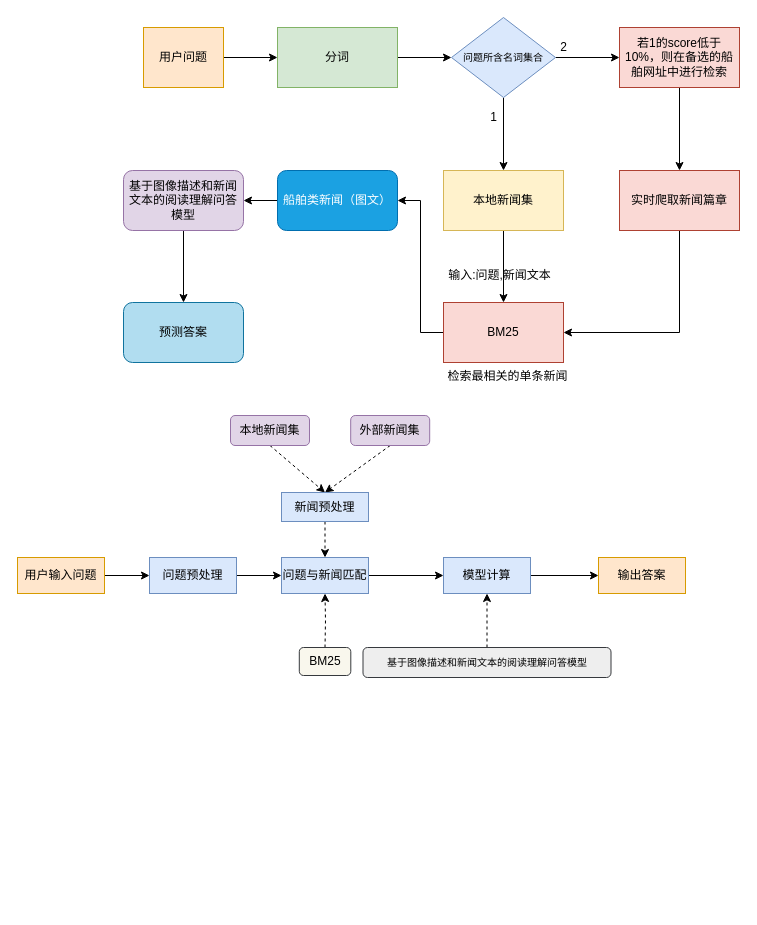
Above: mrc module.drawio in zhongjiaguo/angular-ivy-pvt3hm (draw.io), before the change. Source tidied: cells renumbered, new cells numbered last; positions are measured from the earlier drawing's top-left corner, leaving out a move shared by most shapes. Both pictures are drawn from the tidied source at 100%, with x=0, y=0 at pixel (17, 17).
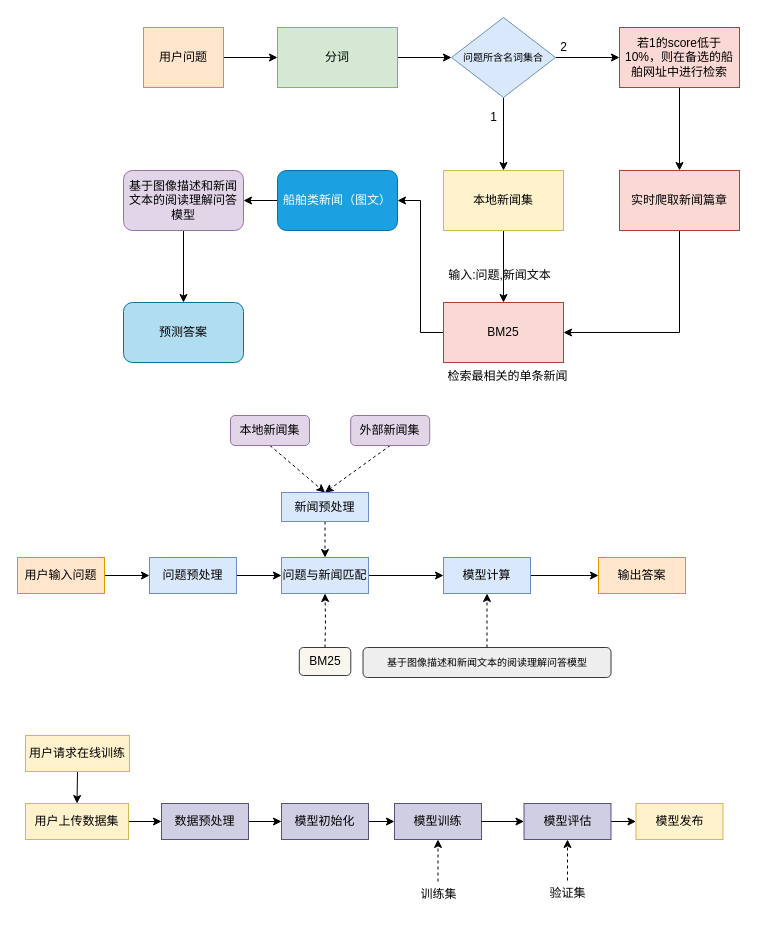
Above is the later version.

Diff of the diagram source:
```diff
@@
+    <mxCell id="45" style="edgeStyle=orthogonalEdgeStyle;rounded=0;jettySize=auto;html=1;exitX=1;exitY=0.5;exitDx=0;exitDy=0;entryX=0;entryY=0.5;entryDx=0;entryDy=0;" parent="1" edge="1" source="46" target="48">
+      <mxGeometry relative="1" as="geometry" />
+    </mxCell>
+    <mxCell id="46" value="用户上传数据集" style="rounded=0;whiteSpace=wrap;html=1;fillColor=#fff2cc;strokeColor=#d6b656;" parent="1" vertex="1">
+      <mxGeometry x="8" y="786" width="103" height="36" as="geometry" />
+    </mxCell>
+    <mxCell id="47" style="edgeStyle=orthogonalEdgeStyle;rounded=0;jettySize=auto;html=1;exitX=1;exitY=0.5;exitDx=0;exitDy=0;entryX=0;entryY=0.5;entryDx=0;entryDy=0;" parent="1" edge="1" source="48" target="50">
+      <mxGeometry relative="1" as="geometry" />
+    </mxCell>
+    <mxCell id="48" value="数据预处理" style="rounded=0;whiteSpace=wrap;html=1;fillColor=#d0cee2;strokeColor=#56517e;" parent="1" vertex="1">
+      <mxGeometry x="144" y="786" width="87" height="36" as="geometry" />
+    </mxCell>
+    <mxCell id="49" style="edgeStyle=orthogonalEdgeStyle;rounded=0;jettySize=auto;html=1;exitX=1;exitY=0.5;exitDx=0;exitDy=0;entryX=0;entryY=0.5;entryDx=0;entryDy=0;" parent="1" edge="1" source="50" target="52">
+      <mxGeometry relative="1" as="geometry" />
+    </mxCell>
+    <mxCell id="50" value="模型初始化" style="rounded=0;whiteSpace=wrap;html=1;fillColor=#d0cee2;strokeColor=#56517e;" parent="1" vertex="1">
+      <mxGeometry x="264" y="786" width="87" height="36" as="geometry" />
+    </mxCell>
+    <mxCell id="51" style="edgeStyle=orthogonalEdgeStyle;rounded=0;jettySize=auto;html=1;exitX=1;exitY=0.5;exitDx=0;exitDy=0;entryX=0;entryY=0.5;entryDx=0;entryDy=0;" parent="1" edge="1" source="55">
+      <mxGeometry relative="1" as="geometry">
+        <mxPoint x="576" y="804" as="targetPoint" />
+      </mxGeometry>
+    </mxCell>
+    <mxCell id="52" value="模型训练" style="rounded=0;whiteSpace=wrap;html=1;fillColor=#d0cee2;strokeColor=#56517e;" parent="1" vertex="1">
+      <mxGeometry x="377" y="786" width="87" height="36" as="geometry" />
+    </mxCell>
+    <mxCell id="53" style="edgeStyle=orthogonalEdgeStyle;rounded=0;jettySize=auto;html=1;exitX=1;exitY=0.5;exitDx=0;exitDy=0;entryX=0;entryY=0.5;entryDx=0;entryDy=0;" parent="1" edge="1" source="52" target="55">
+      <mxGeometry relative="1" as="geometry" />
+    </mxCell>
+    <mxCell id="54" style="edgeStyle=orthogonalEdgeStyle;rounded=0;jettySize=auto;html=1;exitX=1;exitY=0.5;exitDx=0;exitDy=0;entryX=0;entryY=0.5;entryDx=0;entryDy=0;" parent="1" edge="1" source="55" target="60">
+      <mxGeometry relative="1" as="geometry" />
+    </mxCell>
+    <mxCell id="55" value="模型评估" style="rounded=0;whiteSpace=wrap;html=1;fillColor=#d0cee2;strokeColor=#56517e;" parent="1" vertex="1">
+      <mxGeometry x="506.5" y="786" width="87" height="36" as="geometry" />
+    </mxCell>
+    <mxCell id="56" style="edgeStyle=orthogonalEdgeStyle;rounded=0;jettySize=auto;html=1;entryX=0.5;entryY=1;entryDx=0;entryDy=0;dashed=1;" parent="1" edge="1" source="57" target="52">
+      <mxGeometry relative="1" as="geometry" />
+    </mxCell>
+    <mxCell id="57" value="训练集" style="text;html=1;align=center;verticalAlign=middle;points=[];strokeColor=none;fillColor=none;" parent="1" vertex="1">
+      <mxGeometry x="393.5" y="864" width="54" height="26" as="geometry" />
+    </mxCell>
+    <mxCell id="58" style="edgeStyle=orthogonalEdgeStyle;rounded=0;jettySize=auto;html=1;entryX=0.5;entryY=1;entryDx=0;entryDy=0;dashed=1;" parent="1" edge="1" source="59" target="55">
+      <mxGeometry relative="1" as="geometry" />
+    </mxCell>
+    <mxCell id="59" value="验证集" style="text;html=1;align=center;verticalAlign=middle;points=[];strokeColor=none;fillColor=none;" parent="1" vertex="1">
+      <mxGeometry x="523" y="863" width="54" height="26" as="geometry" />
+    </mxCell>
+    <mxCell id="60" value="模型发布" style="rounded=0;whiteSpace=wrap;html=1;fillColor=#fff2cc;strokeColor=#d6b656;" parent="1" vertex="1">
+      <mxGeometry x="618.5" y="786" width="87" height="36" as="geometry" />
+    </mxCell>
+    <mxCell id="61" style="edgeStyle=orthogonalEdgeStyle;rounded=0;jettySize=auto;html=1;exitX=0.5;exitY=1;exitDx=0;exitDy=0;entryX=0.5;entryY=0;entryDx=0;entryDy=0;" parent="1" edge="1" source="62" target="46">
+      <mxGeometry relative="1" as="geometry" />
+    </mxCell>
+    <mxCell id="62" value="用户请求在线训练" style="rounded=0;whiteSpace=wrap;html=1;fillColor=#fff2cc;strokeColor=#d6b656;" parent="1" vertex="1">
+      <mxGeometry x="8" y="718" width="104" height="36" as="geometry" />
+    </mxCell>
```
